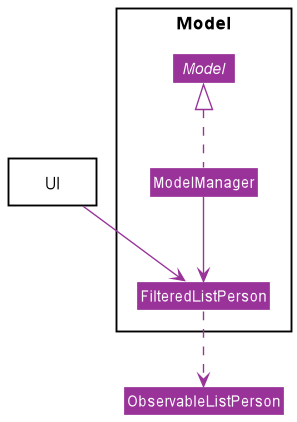
Above: docs/images/FilterDiagram.png in nus-cs2103-AY2021S2/tp (PlantUML), before the change. Its diagram source:
```plantuml
@startuml
!include style.puml
skinparam classAttributeIconSize 0
skinparam arrowThickness 1.1
skinparam arrowColor CONNECTION_COLOUR
skinparam classBackgroundColor CONNECTION_COLOUR
skinparam classFontColor #white
skinparam classAttributeFontColor #white


package Model <<Rectangle>> {
interface Model
class ModelManager
class FilteredListPerson
}
class ObservableListPerson

package UI <<Rectangle>> {
}

Model <|.. ModelManager
ModelManager --> FilteredListPerson
FilteredListPerson ..> ObservableListPerson

UI --> FilteredListPerson

@enduml
```
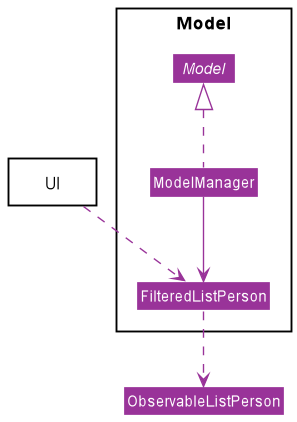
The same diagram one commit later.

The edit, as a diff of the source:
```diff
@@ -22,6 +22,6 @@
 ModelManager --> FilteredListPerson
 FilteredListPerson ..> ObservableListPerson
 
-UI --> FilteredListPerson
+UI ..> FilteredListPerson
 
 @enduml
```
